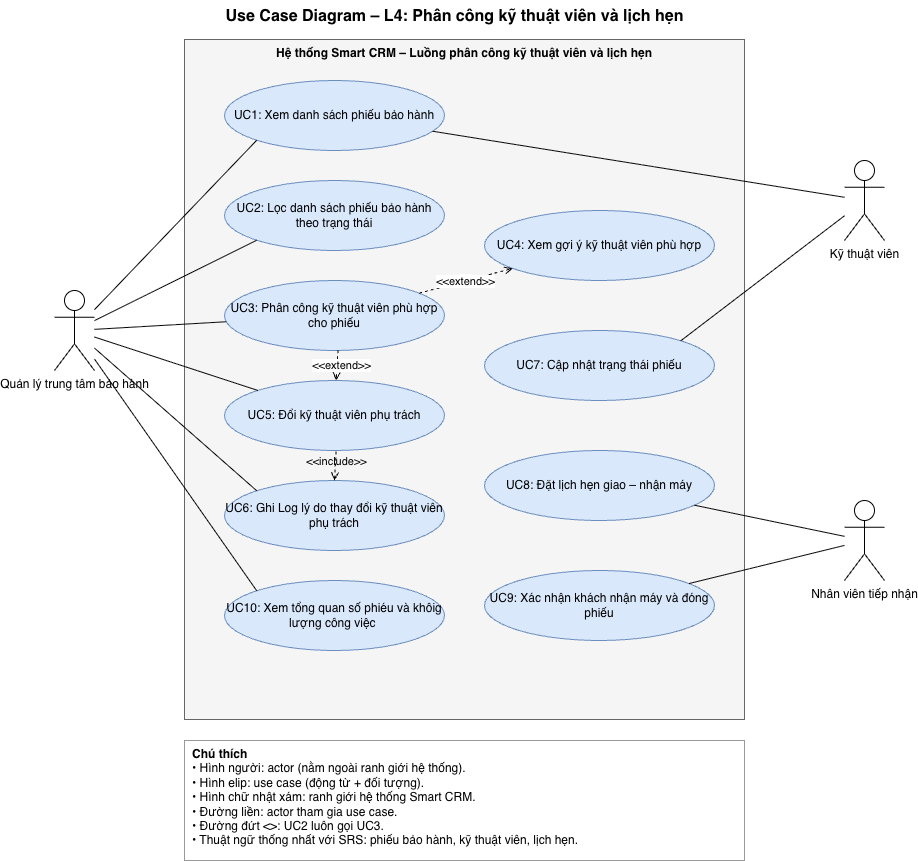
Before: docs/use-case-diagram.png, a diagram exported from draw.io (AnophoneLui/smartcrm-237480201is01-technician-appointment). Source tidied: cells renumbered, new cells last; positions are measured from the earlier drawing's top-left corner, leaving out a move shared by most shapes.
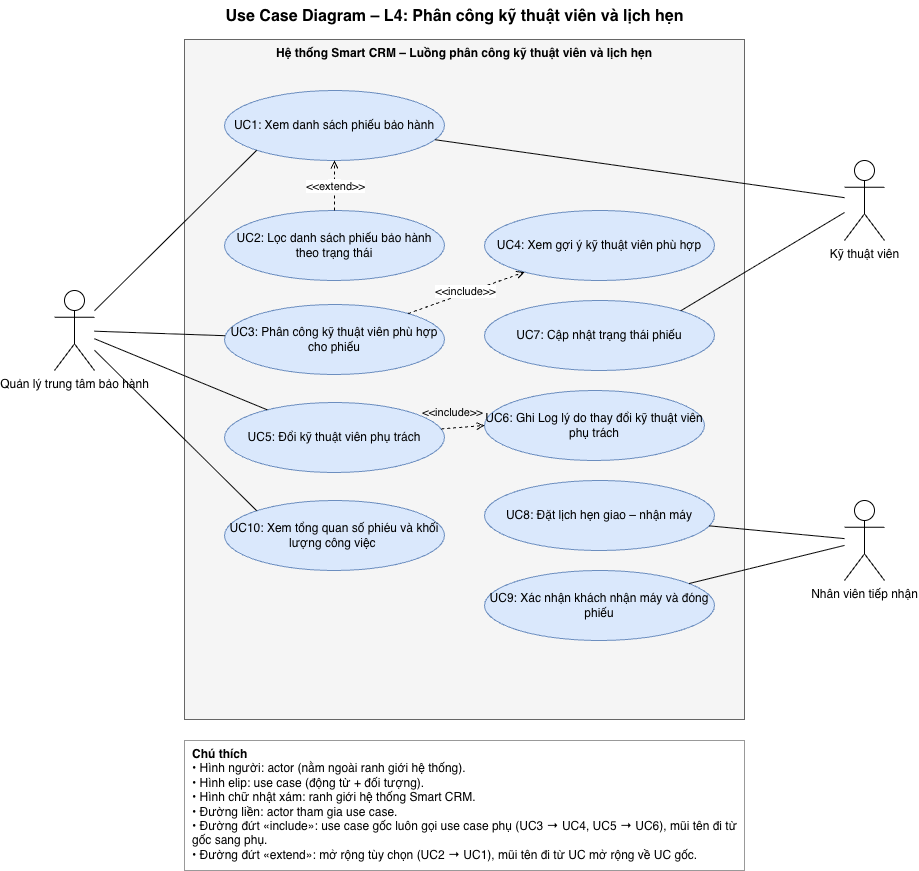
Later version of the same file.

Change to the diagram source:
```diff
@@ -9,28 +9,28 @@
       <mxGeometry x="130" y="39" width="560" height="680" as="geometry" />
     </mxCell>
     <mxCell id="4" value="UC1: Xem danh sách phiếu bảo hành" style="ellipse;whiteSpace=wrap;html=1;fillColor=#dae8fc;strokeColor=#6c8ebf;" parent="1" vertex="1">
-      <mxGeometry x="170" y="80" width="220" height="70" as="geometry" />
+      <mxGeometry x="170" y="90" width="220" height="70" as="geometry" />
     </mxCell>
     <mxCell id="5" value="UC3: Phân công kỹ thuật viên phù hợp cho phiếu" style="ellipse;whiteSpace=wrap;html=1;fillColor=#dae8fc;strokeColor=#6c8ebf;" parent="1" vertex="1">
-      <mxGeometry x="170" y="280" width="220" height="70" as="geometry" />
+      <mxGeometry x="170" y="304" width="220" height="70" as="geometry" />
     </mxCell>
     <mxCell id="6" value="UC4: Xem gợi ý kỹ thuật viên phù hợp" style="ellipse;whiteSpace=wrap;html=1;fillColor=#dae8fc;strokeColor=#6c8ebf;" parent="1" vertex="1">
       <mxGeometry x="430" y="210" width="230" height="70" as="geometry" />
     </mxCell>
     <mxCell id="7" value="UC5:&lt;span style=&quot;background-color: transparent; color: light-dark(rgb(0, 0, 0), rgb(255, 255, 255));&quot;&gt;&amp;nbsp;Đổi kỹ thuật viên phụ trách&lt;/span&gt;" style="ellipse;whiteSpace=wrap;html=1;fillColor=#dae8fc;strokeColor=#6c8ebf;" parent="1" vertex="1">
-      <mxGeometry x="170" y="380" width="220" height="70" as="geometry" />
+      <mxGeometry x="170" y="402" width="220" height="70" as="geometry" />
     </mxCell>
     <mxCell id="8" value="UC7: Cập nhật trạng thái phiếu" style="ellipse;whiteSpace=wrap;html=1;fillColor=#dae8fc;strokeColor=#6c8ebf;" parent="1" vertex="1">
-      <mxGeometry x="430" y="330" width="230" height="70" as="geometry" />
+      <mxGeometry x="430" y="300" width="230" height="70" as="geometry" />
     </mxCell>
     <mxCell id="9" value="UC8: Đặt lịch hẹn giao – nhận máy" style="ellipse;whiteSpace=wrap;html=1;fillColor=#dae8fc;strokeColor=#6c8ebf;" parent="1" vertex="1">
-      <mxGeometry x="430" y="450" width="230" height="70" as="geometry" />
+      <mxGeometry x="430" y="480" width="230" height="70" as="geometry" />
     </mxCell>
     <mxCell id="10" value="UC9: Xác nhận khách nhận máy và đóng phiếu" style="ellipse;whiteSpace=wrap;html=1;fillColor=#dae8fc;strokeColor=#6c8ebf;" parent="1" vertex="1">
       <mxGeometry x="430" y="570" width="230" height="70" as="geometry" />
     </mxCell>
-    <mxCell id="11" value="UC10: Xem tổng quan số phiéu và khôig lượng công việc&amp;nbsp;" style="ellipse;whiteSpace=wrap;html=1;fillColor=#dae8fc;strokeColor=#6c8ebf;" parent="1" vertex="1">
-      <mxGeometry x="170" y="580" width="220" height="70" as="geometry" />
+    <mxCell id="11" value="UC10: Xem tổng quan số phiéu và khối lượng công việc&amp;nbsp;" style="ellipse;whiteSpace=wrap;html=1;fillColor=#dae8fc;strokeColor=#6c8ebf;" parent="1" vertex="1">
+      <mxGeometry x="170" y="500" width="220" height="70" as="geometry" />
     </mxCell>
     <mxCell id="12" value="Quản lý trung tâm bảo hành" style="shape=umlActor;verticalLabelPosition=bottom;verticalAlign=top;html=1;outlineConnect=0;" parent="1" vertex="1">
       <mxGeometry y="290" width="40" height="80" as="geometry" />
@@ -68,38 +68,30 @@
     <mxCell id="23" value="&lt;&lt;include&gt;&gt;" style="endArrow=open;endFill=0;dashed=1;html=1;" parent="1" edge="1" source="5" target="6">
       <mxGeometry relative="1" as="geometry" />
     </mxCell>
-    <mxCell id="24" value="&amp;lt;&amp;lt;extend&amp;gt;&amp;gt;" style="edgeLabel;html=1;align=center;verticalAlign=middle;rotation=0;" parent="23" vertex="1">
+    <mxCell id="24" value="&amp;lt;&amp;lt;include&amp;gt;&amp;gt;" style="edgeLabel;html=1;align=center;verticalAlign=middle;rotation=0;" parent="23" vertex="1">
       <mxGeometry x="0.06" y="14" relative="1" as="geometry">
-        <mxPoint y="14" as="offset" />
+        <mxPoint y="12" as="offset" />
       </mxGeometry>
     </mxCell>
-    <mxCell id="25" value="&lt;b&gt;Chú thích&lt;/b&gt;&lt;br&gt;• Hình người: actor (nằm ngoài ranh giới hệ thống).&lt;br&gt;• Hình elip: use case (động từ + đối tượng).&lt;br&gt;• Hình chữ nhật xám: ranh giới hệ thống Smart CRM.&lt;br&gt;• Đường liền: actor tham gia use case.&lt;br&gt;• Đường đứt &lt;&lt;include&gt;&gt;: UC2 luôn gọi UC3.&lt;br&gt;• Thuật ngữ thống nhất với SRS: phiếu bảo hành, kỹ thuật viên, lịch hẹn." style="text;html=1;align=left;verticalAlign=top;whiteSpace=wrap;strokeColor=#999999;fillColor=#ffffff;spacingLeft=6;" parent="1" vertex="1">
-      <mxGeometry x="130" y="740" width="560" height="120" as="geometry" />
+    <mxCell id="25" value="&lt;b&gt;Chú thích&lt;/b&gt;&lt;br&gt;• Hình người: actor (nằm ngoài ranh giới hệ thống).&lt;br&gt;• Hình elip: use case (động từ + đối tượng).&lt;br&gt;• Hình chữ nhật xám: ranh giới hệ thống Smart CRM.&lt;br&gt;• Đường liền: actor tham gia use case.&lt;br&gt;• &lt;span style=&quot;background-color: transparent; color: light-dark(rgb(0, 0, 0), rgb(255, 255, 255));&quot;&gt;Đường đứt «include»: use case gốc luôn gọi use case phụ (UC3 → UC4, UC5 → UC6), mũi tên đi từ gốc sang phụ.&lt;br&gt;&lt;/span&gt;&lt;div&gt;&lt;span style=&quot;background-color: transparent; color: light-dark(rgb(0, 0, 0), rgb(255, 255, 255));&quot;&gt;•&amp;nbsp;&lt;/span&gt;&lt;span style=&quot;background-color: transparent; color: light-dark(rgb(0, 0, 0), rgb(255, 255, 255));&quot;&gt;Đường đứt «extend»: mở rộng tùy chọn (UC2 → UC1), mũi tên đi từ UC mở rộng về UC gốc.&lt;/span&gt;&lt;/div&gt;" style="text;html=1;align=left;verticalAlign=top;whiteSpace=wrap;strokeColor=#999999;fillColor=#ffffff;spacingLeft=6;" parent="1" vertex="1">
+      <mxGeometry x="130" y="740" width="560" height="130" as="geometry" />
     </mxCell>
     <mxCell id="26" value="UC2: Lọc danh sách phiếu bảo hành theo trạng thái" style="ellipse;whiteSpace=wrap;html=1;fillColor=#dae8fc;strokeColor=#6c8ebf;" parent="1" vertex="1">
-      <mxGeometry x="170" y="180" width="220" height="70" as="geometry" />
+      <mxGeometry x="170" y="210" width="220" height="70" as="geometry" />
     </mxCell>
-    <mxCell id="27" style="endArrow=none;html=1;entryX=0;entryY=1;entryDx=0;entryDy=0;" parent="1" edge="1" source="12" target="26">
-      <mxGeometry relative="1" as="geometry" />
-    </mxCell>
     <mxCell id="28" value="UC6: Ghi Log lý do thay đổi kỹ thuật viên phụ trách" style="ellipse;whiteSpace=wrap;html=1;fillColor=#dae8fc;strokeColor=#6c8ebf;" parent="1" vertex="1">
-      <mxGeometry x="170" y="480" width="220" height="70" as="geometry" />
+      <mxGeometry x="430" y="390" width="220" height="70" as="geometry" />
     </mxCell>
-    <mxCell id="29" style="endArrow=none;html=1;entryX=0;entryY=0;entryDx=0;entryDy=0;" parent="1" edge="1" source="12" target="28">
-      <mxGeometry relative="1" as="geometry" />
-    </mxCell>
+    <mxCell id="32" value="&amp;lt;&amp;lt;include&amp;gt;&amp;gt;" style="html=1;verticalAlign=bottom;labelBackgroundColor=none;endArrow=open;endFill=0;dashed=1;rounded=0;entryX=0;entryY=0.5;entryDx=0;entryDy=0;" parent="1" edge="1" source="7" target="28">
+      <mxGeometry x="-0.43" y="7" relative="1" as="geometry" />
+    </mxCell>
-    <mxCell id="30" value="&lt;&lt;include&gt;&gt;" style="endArrow=open;endFill=0;dashed=1;html=1;exitX=0.516;exitY=0.996;exitDx=0;exitDy=0;exitPerimeter=0;" parent="1" edge="1" source="5" target="7">
+    <mxCell id="30" value="&lt;&lt;include&gt;&gt;" style="endArrow=open;endFill=0;dashed=1;html=1;" parent="1" edge="1" source="26" target="4">
       <mxGeometry relative="1" as="geometry" />
     </mxCell>
     <mxCell id="31" value="&amp;lt;&amp;lt;extend&amp;gt;&amp;gt;" style="edgeLabel;html=1;align=center;verticalAlign=middle;rotation=0;" parent="30" vertex="1">
       <mxGeometry x="0.06" y="14" relative="1" as="geometry">
-        <mxPoint x="-10" y="-2" as="offset" />
+        <mxPoint x="14" y="1" as="offset" />
       </mxGeometry>
     </mxCell>
-    <mxCell id="32" value="&amp;lt;&amp;lt;include&amp;gt;&amp;gt;" style="html=1;verticalAlign=bottom;labelBackgroundColor=none;endArrow=open;endFill=0;dashed=1;rounded=0;entryX=0.5;entryY=0;entryDx=0;entryDy=0;" parent="1" edge="1" target="28">
-      <mxGeometry x="0.31" y="1" relative="1" as="geometry">
-        <mxPoint x="281.6" y="451" as="sourcePoint" />
-      </mxGeometry>
-    </mxCell>
   </root>
 </mxGraphModel>
```
